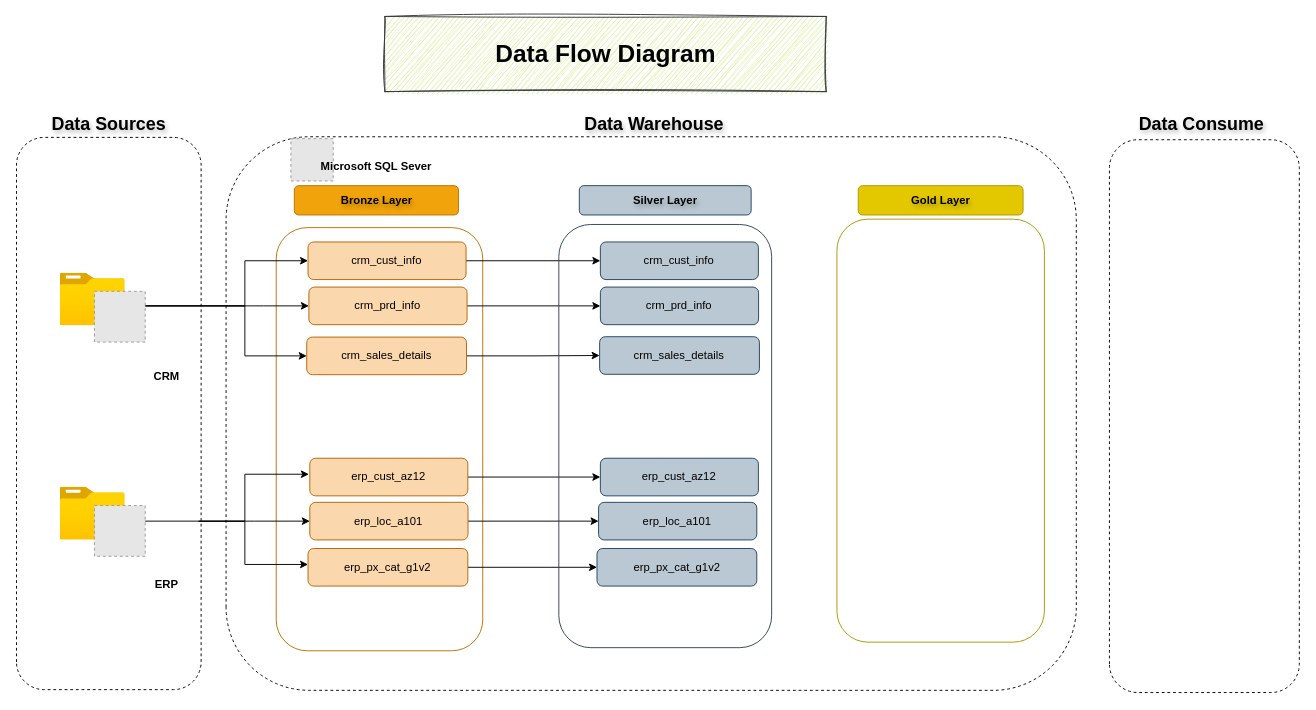
This is Documents/diagrams/Data Flow diagram.drawio from thehighskies/SQL_data_warehouse, a draw.io file, before an edit. Source tidied: cells renumbered, new cells numbered last; positions are measured from the earlier drawing's top-left corner, leaving out a move shared by most shapes. Both pictures are drawn from the tidied source at 94%, with x=0, y=0 at pixel (-168, -12). Pictures stored in the file or linked from it are replaced by grey dashed boxes.
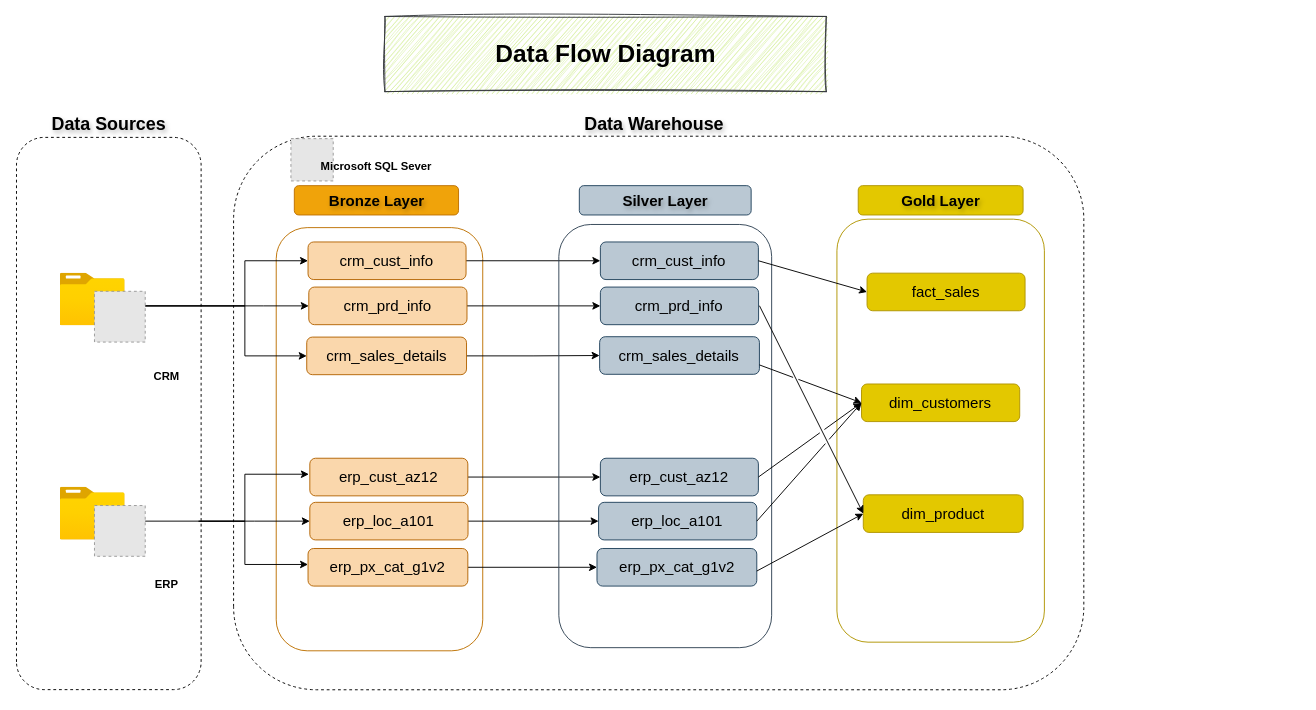
Above is the later version.

Change to the diagram source:
```diff
@@
     <mxCell id="4" style="rounded=1;whiteSpace=wrap;html=1;rotation=-90;fillColor=none;dashed=1;strokeColor=light-dark(#000000,#B3B3B3);" parent="1" vertex="1">
-      <mxGeometry x="576.8" y="0.2" width="588.9" height="904.5" as="geometry" />
+      <mxGeometry x="584.8" y="-0.4" width="588.9" height="904.5" as="geometry" />
     </mxCell>
@@
-    <mxCell id="7" style="rounded=1;whiteSpace=wrap;html=1;rotation=-90;fillColor=none;dashed=1;strokeColor=light-dark(#000000,#B3B3B3);" parent="1" vertex="1">
-      <mxGeometry x="1165.7" y="354.2" width="588.1" height="202" as="geometry" />
-    </mxCell>
-    <mxCell id="8" value="&lt;span&gt;Data Consume&amp;nbsp;&lt;/span&gt;" style="text;html=1;whiteSpace=wrap;strokeColor=none;fillColor=none;align=center;verticalAlign=middle;rounded=0;imageAspect=1;textShadow=1;fontStyle=1;fontSize=19;" parent="1" vertex="1">
-      <mxGeometry x="1371.2" y="125" width="177" height="40" as="geometry" />
-    </mxCell>
-    <mxCell id="9" style="rounded=1;whiteSpace=wrap;html=1;rotation=-90;fillColor=none;strokeColor=#BD7000;fontColor=#000000;" parent="1" vertex="1">
+    <mxCell id="9" style="rounded=1;whiteSpace=wrap;html=1;rotation=-90;fillColor=none;strokeColor=#BD7000;fontColor=#000000;fontSize=16;" parent="1" vertex="1">
       <mxGeometry x="357.1" y="369.9" width="450.2" height="219.7" as="geometry" />
     </mxCell>
-    <mxCell id="10" value="Bronze Layer" style="rounded=1;whiteSpace=wrap;html=1;rotation=0;fillColor=#f0a30a;strokeColor=#BD7000;fontColor=#000000;textShadow=1;labelBorderColor=none;fontStyle=1;shadowOpacity=25;glass=0;shadow=0;" parent="1" vertex="1">
+    <mxCell id="10" value="Bronze Layer" style="rounded=1;whiteSpace=wrap;html=1;rotation=0;fillColor=#f0a30a;strokeColor=#BD7000;fontColor=#000000;textShadow=1;labelBorderColor=none;fontStyle=1;shadowOpacity=25;glass=0;shadow=0;fontSize=16;" parent="1" vertex="1">
       <mxGeometry x="491.6" y="210" width="174.7" height="31.2" as="geometry" />
     </mxCell>
@@
-    <mxCell id="12" value="Silver Layer" style="rounded=1;whiteSpace=wrap;html=1;rotation=0;fillColor=#bac8d3;strokeColor=#23445d;textShadow=1;fontStyle=1;" parent="1" vertex="1">
+    <mxCell id="12" value="Silver Layer" style="rounded=1;whiteSpace=wrap;html=1;rotation=0;fillColor=#bac8d3;strokeColor=#23445d;textShadow=1;fontStyle=1;fontSize=16;" parent="1" vertex="1">
       <mxGeometry x="794.8" y="210" width="182.8" height="31.2" as="geometry" />
     </mxCell>
-    <mxCell id="13" value="Gold Layer" style="rounded=1;whiteSpace=wrap;html=1;rotation=0;fillColor=#e3c800;strokeColor=#B09500;fontColor=#000000;textShadow=1;fontStyle=1;" parent="1" vertex="1">
+    <mxCell id="13" value="Gold Layer" style="rounded=1;whiteSpace=wrap;html=1;rotation=0;fillColor=#e3c800;strokeColor=#B09500;fontColor=#000000;textShadow=1;fontStyle=1;fontSize=16;" parent="1" vertex="1">
       <mxGeometry x="1091.5" y="210" width="175.4" height="31.2" as="geometry" />
     </mxCell>
@@
-    <mxCell id="29" value="crm_cust_info" style="rounded=1;whiteSpace=wrap;html=1;fillColor=#fad7ac;strokeColor=#b46504;" parent="1" vertex="1">
+    <mxCell id="29" value="crm_cust_info" style="rounded=1;whiteSpace=wrap;html=1;fillColor=#fad7ac;strokeColor=#b46504;fontSize=16;" parent="1" vertex="1">
       <mxGeometry x="506.2" y="269.9" width="168.1" height="40" as="geometry" />
     </mxCell>
@@
-    <mxCell id="31" value="crm_prd_info" style="rounded=1;whiteSpace=wrap;html=1;fillColor=#fad7ac;strokeColor=#b46504;" parent="1" vertex="1">
-      <mxGeometry x="507.1" y="317.9" width="168.3" height="40" as="geometry" />
+    <mxCell id="31" value="crm_prd_info" style="rounded=1;whiteSpace=wrap;html=1;fillColor=#fad7ac;strokeColor=#b46504;fontSize=16;" parent="1" vertex="1">
+      <mxGeometry x="507" y="317.9" width="168.3" height="40" as="geometry" />
     </mxCell>
@@
-    <mxCell id="33" value="crm_sales_details" style="rounded=1;whiteSpace=wrap;html=1;fillColor=#fad7ac;strokeColor=#b46504;" parent="1" vertex="1">
+    <mxCell id="33" value="crm_sales_details" style="rounded=1;whiteSpace=wrap;html=1;fillColor=#fad7ac;strokeColor=#b46504;fontSize=16;" parent="1" vertex="1">
       <mxGeometry x="504.8" y="371.1" width="170" height="40" as="geometry" />
     </mxCell>
@@
-    <mxCell id="35" value="erp_cust_az12" style="rounded=1;whiteSpace=wrap;html=1;fillColor=#fad7ac;strokeColor=#b46504;" parent="1" vertex="1">
+    <mxCell id="35" value="erp_cust_az12" style="rounded=1;whiteSpace=wrap;html=1;fillColor=#fad7ac;strokeColor=#b46504;fontSize=16;" parent="1" vertex="1">
       <mxGeometry x="508.1" y="500" width="168.1" height="40" as="geometry" />
     </mxCell>
@@
-    <mxCell id="37" value="erp_loc_a101" style="rounded=1;whiteSpace=wrap;html=1;fillColor=#fad7ac;strokeColor=#b46504;" parent="1" vertex="1">
+    <mxCell id="37" value="erp_loc_a101" style="rounded=1;whiteSpace=wrap;html=1;fillColor=#fad7ac;strokeColor=#b46504;fontSize=16;" parent="1" vertex="1">
       <mxGeometry x="508.1" y="546.9" width="168.3" height="40" as="geometry" />
     </mxCell>
@@
-    <mxCell id="39" value="erp_px_cat_g1v2" style="rounded=1;whiteSpace=wrap;html=1;fillColor=#fad7ac;strokeColor=#b46504;" parent="1" vertex="1">
+    <mxCell id="39" value="erp_px_cat_g1v2" style="rounded=1;whiteSpace=wrap;html=1;fillColor=#fad7ac;strokeColor=#b46504;fontSize=16;" parent="1" vertex="1">
       <mxGeometry x="506.2" y="596" width="170" height="40" as="geometry" />
     </mxCell>
-    <mxCell id="40" style="rounded=1;whiteSpace=wrap;html=1;rotation=-90;fillColor=none;strokeColor=#314354;fontColor=#ffffff;" parent="1" vertex="1">
+    <mxCell id="40" style="rounded=1;whiteSpace=wrap;html=1;rotation=-90;fillColor=none;strokeColor=#314354;fontColor=#ffffff;fontSize=16;" parent="1" vertex="1">
       <mxGeometry x="661.1" y="363.2" width="450.2" height="226.4" as="geometry" />
     </mxCell>
-    <mxCell id="41" value="crm_cust_info" style="rounded=1;whiteSpace=wrap;html=1;fillColor=#bac8d3;strokeColor=#23445d;" parent="1" vertex="1">
+    <mxCell id="41" value="crm_cust_info" style="rounded=1;whiteSpace=wrap;html=1;fillColor=#bac8d3;strokeColor=#23445d;fontSize=16;" parent="1" vertex="1">
       <mxGeometry x="817.2" y="269.9" width="168.1" height="40" as="geometry" />
     </mxCell>
-    <mxCell id="42" value="crm_prd_info" style="rounded=1;whiteSpace=wrap;html=1;fillColor=#bac8d3;strokeColor=#23445d;" parent="1" vertex="1">
+    <mxCell id="42" value="crm_prd_info" style="rounded=1;whiteSpace=wrap;html=1;fillColor=#bac8d3;strokeColor=#23445d;fontSize=16;" parent="1" vertex="1">
       <mxGeometry x="817.2" y="317.9" width="168.3" height="40" as="geometry" />
     </mxCell>
-    <mxCell id="43" value="crm_sales_details" style="rounded=1;whiteSpace=wrap;html=1;fillColor=#bac8d3;strokeColor=#23445d;" parent="1" vertex="1">
+    <mxCell id="43" value="crm_sales_details" style="rounded=1;whiteSpace=wrap;html=1;fillColor=#bac8d3;strokeColor=#23445d;fontSize=16;" parent="1" vertex="1">
       <mxGeometry x="816.4" y="370.7" width="170" height="40" as="geometry" />
     </mxCell>
-    <mxCell id="44" value="erp_cust_az12" style="rounded=1;whiteSpace=wrap;html=1;fillColor=#bac8d3;strokeColor=#23445d;" parent="1" vertex="1">
+    <mxCell id="44" value="erp_cust_az12" style="rounded=1;whiteSpace=wrap;html=1;fillColor=#bac8d3;strokeColor=#23445d;fontSize=16;" parent="1" vertex="1">
       <mxGeometry x="817.2" y="500" width="168.1" height="40" as="geometry" />
     </mxCell>
-    <mxCell id="45" value="erp_loc_a101" style="rounded=1;whiteSpace=wrap;html=1;fillColor=#bac8d3;strokeColor=#23445d;" parent="1" vertex="1">
+    <mxCell id="45" value="erp_loc_a101" style="rounded=1;whiteSpace=wrap;html=1;fillColor=#bac8d3;strokeColor=#23445d;fontSize=16;" parent="1" vertex="1">
       <mxGeometry x="815.3" y="546.9" width="168.3" height="40" as="geometry" />
     </mxCell>
-    <mxCell id="46" value="erp_px_cat_g1v2" style="rounded=1;whiteSpace=wrap;html=1;fillColor=#bac8d3;strokeColor=#23445d;" parent="1" vertex="1">
+    <mxCell id="46" value="erp_px_cat_g1v2" style="rounded=1;whiteSpace=wrap;html=1;fillColor=#bac8d3;strokeColor=#23445d;fontSize=16;" parent="1" vertex="1">
       <mxGeometry x="813.6" y="596" width="170" height="40" as="geometry" />
     </mxCell>
+    <mxCell id="47" value="&lt;font style=&quot;font-size: 16px;&quot;&gt;fact_sales&lt;/font&gt;" style="rounded=1;whiteSpace=wrap;html=1;fillColor=#e3c800;strokeColor=#B09500;fontColor=#000000;" parent="1" vertex="1">
+      <mxGeometry x="1100.9" y="303.1" width="168.1" height="40" as="geometry" />
+    </mxCell>
+    <mxCell id="48" value="&lt;font style=&quot;font-size: 16px;&quot;&gt;dim_customers&lt;/font&gt;" style="rounded=1;whiteSpace=wrap;html=1;fillColor=#e3c800;strokeColor=#B09500;fontColor=#000000;" parent="1" vertex="1">
+      <mxGeometry x="1095" y="421" width="168.3" height="40" as="geometry" />
+    </mxCell>
+    <mxCell id="49" value="&lt;font style=&quot;font-size: 16px;&quot;&gt;dim_product&lt;/font&gt;" style="rounded=1;whiteSpace=wrap;html=1;fillColor=#e3c800;strokeColor=#B09500;fontColor=#000000;" parent="1" vertex="1">
+      <mxGeometry x="1096.9" y="538.9" width="170" height="40" as="geometry" />
+    </mxCell>
+    <mxCell id="50" style="endArrow=classic;html=1;rounded=0;exitX=1;exitY=0.5;exitDx=0;exitDy=0;entryX=0;entryY=0.5;entryDx=0;entryDy=0;jumpStyle=gap;" parent="1" edge="1" source="41" target="47">
+      <mxGeometry relative="1" as="geometry" />
+    </mxCell>
+    <mxCell id="51" style="endArrow=classic;html=1;rounded=0;exitX=1;exitY=0.5;exitDx=0;exitDy=0;entryX=0;entryY=0.5;entryDx=0;entryDy=0;jumpStyle=gap;" parent="1" edge="1" target="49">
+      <mxGeometry relative="1" as="geometry">
+        <mxPoint x="986.4" y="337.7" as="sourcePoint" />
+      </mxGeometry>
+    </mxCell>
+    <mxCell id="52" style="endArrow=classic;html=1;rounded=0;exitX=1;exitY=0.5;exitDx=0;exitDy=0;entryX=0;entryY=0.5;entryDx=0;entryDy=0;jumpStyle=gap;" parent="1" edge="1" target="49">
+      <mxGeometry relative="1" as="geometry">
+        <mxPoint x="983.6" y="620" as="sourcePoint" />
+      </mxGeometry>
+    </mxCell>
+    <mxCell id="53" style="endArrow=classic;html=1;rounded=0;exitX=1;exitY=0.5;exitDx=0;exitDy=0;entryX=0;entryY=0.5;entryDx=0;entryDy=0;jumpStyle=gap;" parent="1" edge="1" source="44" target="48">
+      <mxGeometry relative="1" as="geometry" />
+    </mxCell>
+    <mxCell id="54" style="endArrow=classic;html=1;rounded=0;exitX=1;exitY=0.5;exitDx=0;exitDy=0;entryX=0;entryY=0.5;entryDx=0;entryDy=0;jumpStyle=gap;" parent="1" edge="1" source="45" target="48">
+      <mxGeometry relative="1" as="geometry" />
+    </mxCell>
+    <mxCell id="55" style="endArrow=classic;html=1;rounded=0;exitX=1;exitY=0.75;exitDx=0;exitDy=0;entryX=0;entryY=0.5;entryDx=0;entryDy=0;jumpStyle=gap;" parent="1" edge="1" source="43" target="48">
+      <mxGeometry relative="1" as="geometry" />
+    </mxCell>
```
